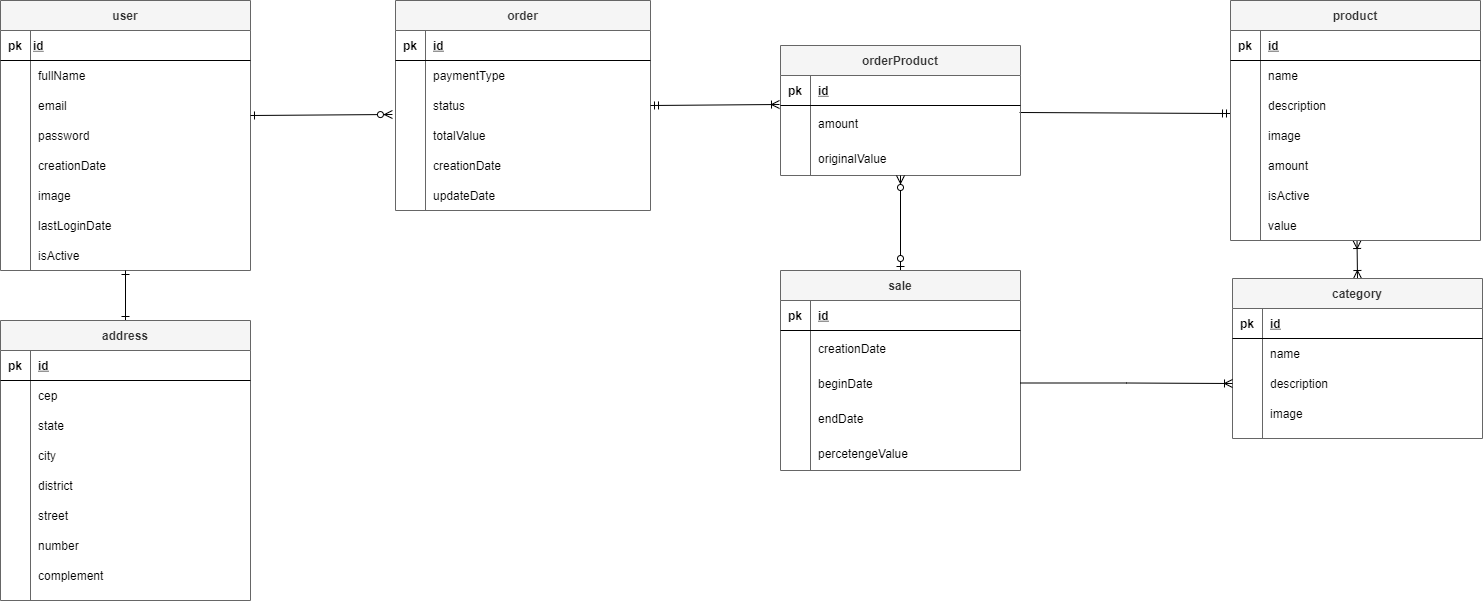
Earlier version of the draw.io export TCC2.png (AdrianaMendes/tcc2-backend). Source tidied: cells renumbered, new cells last; positions are measured from the earlier drawing's top-left corner, leaving out a move shared by most shapes.
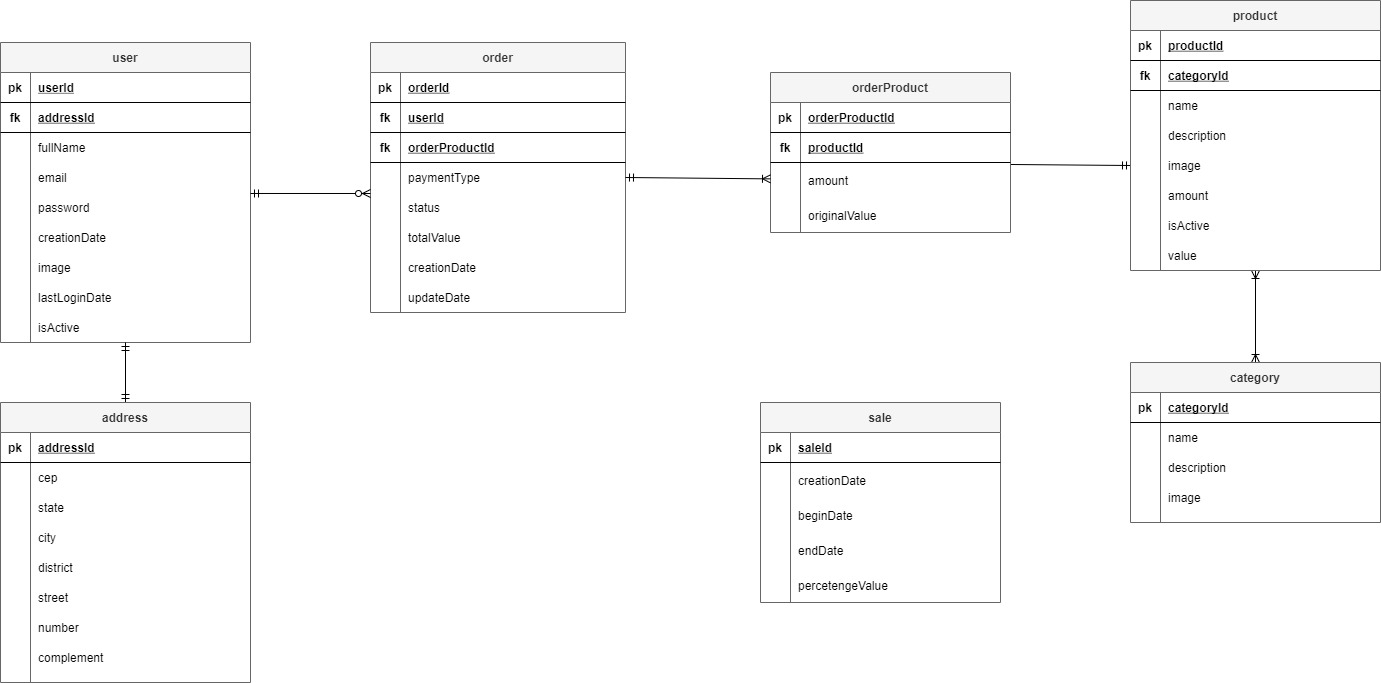
The same diagram one commit later.

Diff of the diagram source:
```diff
@@ -5,11 +5,20 @@
     <mxCell id="2" value="user" style="shape=table;startSize=30;rowLines=0;fontStyle=1;align=center;fillColor=#f5f5f5;strokeColor=#666666;fontColor=#333333;" parent="1" vertex="1">
-      <mxGeometry width="250" height="270" as="geometry" />
+      <mxGeometry width="250" height="300" as="geometry" />
     </mxCell>
+    <mxCell id="141" style="shape=partialRectangle;fillColor=none;top=0;left=0;right=0;bottom=1;" parent="2" vertex="1">
+      <mxGeometry y="30" width="250" height="30" as="geometry" />
+    </mxCell>
+    <mxCell id="142" value="pk" style="shape=partialRectangle;overflow=hidden;fillColor=none;top=0;left=0;bottom=0;right=0;fontStyle=1;" parent="141" vertex="1">
+      <mxGeometry width="30" height="30" as="geometry" />
+    </mxCell>
+    <mxCell id="143" style="shape=partialRectangle;overflow=hidden;fillColor=none;top=0;left=0;bottom=0;right=0;align=left;spacingLeft=6;fontStyle=5;" parent="141" vertex="1">
+      <mxGeometry x="30" width="220" height="30" as="geometry" />
+    </mxCell>
     <mxCell id="3" style="shape=partialRectangle;fillColor=none;top=0;left=0;right=0;bottom=1;" parent="2" vertex="1">
-      <mxGeometry y="30" width="250" height="30" as="geometry" />
+      <mxGeometry y="60" width="250" height="30" as="geometry" />
     </mxCell>
-    <mxCell id="4" value="pk" style="shape=partialRectangle;overflow=hidden;fillColor=none;top=0;left=0;bottom=0;right=0;fontStyle=1;" parent="3" vertex="1">
+    <mxCell id="4" value="fk" style="shape=partialRectangle;overflow=hidden;fillColor=none;top=0;left=0;bottom=0;right=0;fontStyle=1;" parent="3" vertex="1">
       <mxGeometry width="30" height="30" as="geometry" />
     </mxCell>
-    <mxCell id="5" style="shape=partialRectangle;overflow=hidden;fillColor=none;top=0;left=0;bottom=0;right=0;align=left;spacingLeft=6;fontStyle=5;" parent="3" vertex="1">
+    <mxCell id="5" value="addressId" style="shape=partialRectangle;overflow=hidden;fillColor=none;top=0;left=0;bottom=0;right=0;align=left;spacingLeft=6;fontStyle=5;" parent="3" vertex="1">
       <mxGeometry x="30" width="220" height="30" as="geometry" />
@@ -17,3 +26,3 @@
     <mxCell id="6" style="shape=partialRectangle;fillColor=none;top=0;left=0;right=0;bottom=0;" parent="2" vertex="1">
-      <mxGeometry y="60" width="250" height="30" as="geometry" />
+      <mxGeometry y="90" width="250" height="30" as="geometry" />
     </mxCell>
@@ -26,3 +35,3 @@
     <mxCell id="9" style="shape=partialRectangle;fillColor=none;top=0;left=0;right=0;bottom=0;" parent="2" vertex="1">
-      <mxGeometry y="90" width="250" height="30" as="geometry" />
+      <mxGeometry y="120" width="250" height="30" as="geometry" />
     </mxCell>
@@ -35,3 +44,3 @@
     <mxCell id="12" style="shape=partialRectangle;fillColor=none;points=[[0,0.5],[1,0.5]];portConstraint=eastwest;top=0;left=0;right=0;bottom=0;" parent="2" vertex="1">
-      <mxGeometry y="120" width="250" height="30" as="geometry" />
+      <mxGeometry y="150" width="250" height="30" as="geometry" />
     </mxCell>
@@ -44,3 +53,3 @@
     <mxCell id="15" style="shape=partialRectangle;fillColor=none;top=0;left=0;right=0;bottom=0;" parent="2" vertex="1">
-      <mxGeometry y="150" width="250" height="30" as="geometry" />
+      <mxGeometry y="180" width="250" height="30" as="geometry" />
     </mxCell>
@@ -53,3 +62,3 @@
     <mxCell id="18" style="shape=partialRectangle;fillColor=none;top=0;left=0;right=0;bottom=0;" parent="2" vertex="1">
-      <mxGeometry y="180" width="250" height="30" as="geometry" />
+      <mxGeometry y="210" width="250" height="30" as="geometry" />
     </mxCell>
@@ -62,3 +71,3 @@
     <mxCell id="21" style="shape=partialRectangle;fillColor=none;top=0;left=0;right=0;bottom=0;" parent="2" vertex="1">
-      <mxGeometry y="210" width="250" height="30" as="geometry" />
+      <mxGeometry y="240" width="250" height="30" as="geometry" />
     </mxCell>
@@ -71,3 +80,3 @@
     <mxCell id="24" style="shape=partialRectangle;fillColor=none;top=0;left=0;right=0;bottom=0;" parent="2" vertex="1">
-      <mxGeometry y="240" width="250" height="30" as="geometry" />
+      <mxGeometry y="270" width="250" height="30" as="geometry" />
     </mxCell>
@@ -79,3 +88,3 @@
     </mxCell>
-    <mxCell id="27" style="edgeStyle=none;rounded=0;jettySize=auto;html=1;entryX=0.5;entryY=1;entryDx=0;entryDy=0;endArrow=ERone;endFill=0;startArrow=ERone;startFill=0;" parent="1" edge="1" source="28" target="2">
+    <mxCell id="27" style="edgeStyle=none;rounded=0;jettySize=auto;html=1;entryX=0.5;entryY=1;entryDx=0;entryDy=0;endArrow=ERmandOne;endFill=0;startArrow=ERmandOne;startFill=0;" parent="1" edge="1" source="28" target="2">
       <mxGeometry relative="1" as="geometry" />
@@ -83,3 +92,3 @@
     <mxCell id="28" value="address" style="shape=table;startSize=30;rowLines=0;fontStyle=1;align=center;fillColor=#f5f5f5;strokeColor=#666666;fontColor=#333333;" parent="1" vertex="1">
-      <mxGeometry y="320" width="250" height="280" as="geometry" />
+      <mxGeometry y="360" width="250" height="280" as="geometry" />
     </mxCell>
@@ -91,3 +100,3 @@
     </mxCell>
-    <mxCell id="31" value="id" style="shape=partialRectangle;overflow=hidden;fillColor=none;top=0;left=0;bottom=0;right=0;align=left;spacingLeft=6;fontStyle=5;" parent="29" vertex="1">
+    <mxCell id="31" value="addressId" style="shape=partialRectangle;overflow=hidden;fillColor=none;top=0;left=0;bottom=0;right=0;align=left;spacingLeft=6;fontStyle=5;" parent="29" vertex="1">
       <mxGeometry x="30" width="220" height="30" as="geometry" />
@@ -161,3 +170,3 @@
     <mxCell id="54" value="order" style="shape=table;startSize=30;rowLines=0;fontStyle=1;align=center;fillColor=#f5f5f5;strokeColor=#666666;fontColor=#333333;" parent="1" vertex="1">
-      <mxGeometry x="395" width="255" height="210" as="geometry" />
+      <mxGeometry x="370" width="255" height="270" as="geometry" />
     </mxCell>
@@ -169,7 +178,25 @@
     </mxCell>
-    <mxCell id="57" value="id" style="shape=partialRectangle;overflow=hidden;fillColor=none;top=0;left=0;bottom=0;right=0;align=left;spacingLeft=6;fontStyle=5;" parent="55" vertex="1">
+    <mxCell id="57" value="orderId" style="shape=partialRectangle;overflow=hidden;fillColor=none;top=0;left=0;bottom=0;right=0;align=left;spacingLeft=6;fontStyle=5;" parent="55" vertex="1">
       <mxGeometry x="30" width="225" height="30" as="geometry" />
     </mxCell>
+    <mxCell id="144" style="shape=partialRectangle;fillColor=none;top=0;left=0;right=0;bottom=1;" parent="54" vertex="1">
+      <mxGeometry y="60" width="255" height="30" as="geometry" />
+    </mxCell>
+    <mxCell id="145" value="fk" style="shape=partialRectangle;overflow=hidden;fillColor=none;top=0;left=0;bottom=0;right=0;fontStyle=1;" parent="144" vertex="1">
+      <mxGeometry width="30" height="30" as="geometry" />
+    </mxCell>
+    <mxCell id="146" value="userId" style="shape=partialRectangle;overflow=hidden;fillColor=none;top=0;left=0;bottom=0;right=0;align=left;spacingLeft=6;fontStyle=5;" parent="144" vertex="1">
+      <mxGeometry x="30" width="225" height="30" as="geometry" />
+    </mxCell>
+    <mxCell id="147" style="shape=partialRectangle;fillColor=none;top=0;left=0;right=0;bottom=1;" parent="54" vertex="1">
+      <mxGeometry y="90" width="255" height="30" as="geometry" />
+    </mxCell>
+    <mxCell id="148" value="fk" style="shape=partialRectangle;overflow=hidden;fillColor=none;top=0;left=0;bottom=0;right=0;fontStyle=1;" parent="147" vertex="1">
+      <mxGeometry width="30" height="30" as="geometry" />
+    </mxCell>
+    <mxCell id="149" value="orderProductId" style="shape=partialRectangle;overflow=hidden;fillColor=none;top=0;left=0;bottom=0;right=0;align=left;spacingLeft=6;fontStyle=5;" parent="147" vertex="1">
+      <mxGeometry x="30" width="225" height="30" as="geometry" />
+    </mxCell>
     <mxCell id="58" style="shape=partialRectangle;fillColor=none;points=[[0,0.5],[1,0.5]];portConstraint=eastwest;top=0;left=0;right=0;bottom=0;" parent="54" vertex="1">
-      <mxGeometry y="60" width="255" height="30" as="geometry" />
+      <mxGeometry y="120" width="255" height="30" as="geometry" />
     </mxCell>
@@ -182,3 +209,3 @@
     <mxCell id="61" style="shape=partialRectangle;fillColor=none;points=[[0,0.5],[1,0.5]];portConstraint=eastwest;top=0;left=0;right=0;bottom=0;" parent="54" vertex="1">
-      <mxGeometry y="90" width="255" height="30" as="geometry" />
+      <mxGeometry y="150" width="255" height="30" as="geometry" />
     </mxCell>
@@ -191,3 +218,3 @@
     <mxCell id="64" style="shape=partialRectangle;fillColor=none;top=0;left=0;right=0;bottom=0;" parent="54" vertex="1">
-      <mxGeometry y="120" width="255" height="30" as="geometry" />
+      <mxGeometry y="180" width="255" height="30" as="geometry" />
     </mxCell>
@@ -200,3 +227,3 @@
     <mxCell id="67" style="shape=partialRectangle;fillColor=none;top=0;left=0;right=0;bottom=0;" parent="54" vertex="1">
-      <mxGeometry y="150" width="255" height="30" as="geometry" />
+      <mxGeometry y="210" width="255" height="30" as="geometry" />
     </mxCell>
@@ -209,3 +236,3 @@
     <mxCell id="70" style="shape=partialRectangle;fillColor=none;top=0;left=0;right=0;bottom=0;" parent="54" vertex="1">
-      <mxGeometry y="180" width="255" height="30" as="geometry" />
+      <mxGeometry y="240" width="255" height="30" as="geometry" />
     </mxCell>
@@ -217,3 +244,3 @@
     </mxCell>
-    <mxCell id="73" style="edgeStyle=none;rounded=0;jettySize=auto;html=1;startArrow=none;startFill=0;endArrow=ERmandOne;endFill=0;entryX=0;entryY=0.767;entryDx=0;entryDy=0;entryPerimeter=0;exitX=0.996;exitY=0.2;exitDx=0;exitDy=0;exitPerimeter=0;" parent="1" edge="1" source="78" target="92">
+    <mxCell id="73" style="edgeStyle=none;rounded=0;jettySize=auto;html=1;startArrow=none;startFill=0;endArrow=ERmandOne;endFill=0;exitX=1;exitY=0.057;exitDx=0;exitDy=0;exitPerimeter=0;entryX=0;entryY=0.5;entryDx=0;entryDy=0;" parent="1" edge="1" source="78" target="95">
       <mxGeometry relative="1" as="geometry" />
@@ -221,3 +248,3 @@
     <mxCell id="74" value="orderProduct" style="shape=table;startSize=30;rowLines=0;fontStyle=1;align=center;fillColor=#f5f5f5;strokeColor=#666666;fontColor=#333333;" parent="1" vertex="1">
-      <mxGeometry x="780" y="45" width="240" height="130" as="geometry" />
+      <mxGeometry x="770" y="30" width="240" height="160" as="geometry" />
     </mxCell>
@@ -229,7 +256,16 @@
     </mxCell>
-    <mxCell id="77" value="id" style="shape=partialRectangle;overflow=hidden;fillColor=none;top=0;left=0;bottom=0;right=0;align=left;spacingLeft=6;fontStyle=5;" parent="75" vertex="1">
+    <mxCell id="77" value="orderProductId" style="shape=partialRectangle;overflow=hidden;fillColor=none;top=0;left=0;bottom=0;right=0;align=left;spacingLeft=6;fontStyle=5;" parent="75" vertex="1">
       <mxGeometry x="30" width="210" height="30" as="geometry" />
     </mxCell>
+    <mxCell id="150" style="shape=partialRectangle;fillColor=none;top=0;left=0;right=0;bottom=1;" parent="74" vertex="1">
+      <mxGeometry y="60" width="240" height="30" as="geometry" />
+    </mxCell>
+    <mxCell id="151" value="fk" style="shape=partialRectangle;overflow=hidden;fillColor=none;top=0;left=0;bottom=0;right=0;fontStyle=1;" parent="150" vertex="1">
+      <mxGeometry width="30" height="30" as="geometry" />
+    </mxCell>
+    <mxCell id="152" value="productId" style="shape=partialRectangle;overflow=hidden;fillColor=none;top=0;left=0;bottom=0;right=0;align=left;spacingLeft=6;fontStyle=5;" parent="150" vertex="1">
+      <mxGeometry x="30" width="210" height="30" as="geometry" />
+    </mxCell>
     <mxCell id="78" style="shape=partialRectangle;fillColor=none;points=[[0,0.5],[1,0.5]];portConstraint=eastwest;top=0;left=0;right=0;bottom=0;" parent="74" vertex="1">
-      <mxGeometry y="60" width="240" height="35" as="geometry" />
+      <mxGeometry y="90" width="240" height="35" as="geometry" />
     </mxCell>
@@ -242,3 +278,3 @@
     <mxCell id="81" style="shape=partialRectangle;fillColor=none;top=0;left=0;right=0;bottom=0;" parent="74" vertex="1">
-      <mxGeometry y="95" width="240" height="35" as="geometry" />
+      <mxGeometry y="125" width="240" height="35" as="geometry" />
     </mxCell>
@@ -254,3 +290,3 @@
     <mxCell id="85" value="product" style="shape=table;startSize=30;rowLines=0;fontStyle=1;align=center;fillColor=#f5f5f5;strokeColor=#666666;fontColor=#333333;" parent="1" vertex="1">
-      <mxGeometry x="1230" width="250" height="240" as="geometry" />
+      <mxGeometry x="1130" y="-42" width="250" height="270" as="geometry" />
     </mxCell>
@@ -262,7 +298,16 @@
     </mxCell>
-    <mxCell id="88" value="id" style="shape=partialRectangle;overflow=hidden;fillColor=none;top=0;left=0;bottom=0;right=0;align=left;spacingLeft=6;fontStyle=5;" parent="86" vertex="1">
+    <mxCell id="88" value="productId" style="shape=partialRectangle;overflow=hidden;fillColor=none;top=0;left=0;bottom=0;right=0;align=left;spacingLeft=6;fontStyle=5;" parent="86" vertex="1">
       <mxGeometry x="30" width="220" height="30" as="geometry" />
     </mxCell>
+    <mxCell id="153" style="shape=partialRectangle;fillColor=none;top=0;left=0;right=0;bottom=1;" parent="85" vertex="1">
+      <mxGeometry y="60" width="250" height="30" as="geometry" />
+    </mxCell>
+    <mxCell id="154" value="fk" style="shape=partialRectangle;overflow=hidden;fillColor=none;top=0;left=0;bottom=0;right=0;fontStyle=1;" parent="153" vertex="1">
+      <mxGeometry width="30" height="30" as="geometry" />
+    </mxCell>
+    <mxCell id="155" value="categoryId" style="shape=partialRectangle;overflow=hidden;fillColor=none;top=0;left=0;bottom=0;right=0;align=left;spacingLeft=6;fontStyle=5;" parent="153" vertex="1">
+      <mxGeometry x="30" width="220" height="30" as="geometry" />
+    </mxCell>
     <mxCell id="89" style="shape=partialRectangle;fillColor=none;top=0;left=0;right=0;bottom=0;" parent="85" vertex="1">
-      <mxGeometry y="60" width="250" height="30" as="geometry" />
+      <mxGeometry y="90" width="250" height="30" as="geometry" />
     </mxCell>
@@ -275,3 +320,3 @@
     <mxCell id="92" style="shape=partialRectangle;fillColor=none;points=[[0,0.5],[1,0.5]];portConstraint=eastwest;top=0;left=0;right=0;bottom=0;" parent="85" vertex="1">
-      <mxGeometry y="90" width="250" height="30" as="geometry" />
+      <mxGeometry y="120" width="250" height="30" as="geometry" />
     </mxCell>
@@ -284,3 +329,3 @@
     <mxCell id="95" style="shape=partialRectangle;fillColor=none;points=[[0,0.5],[1,0.5]];portConstraint=eastwest;top=0;left=0;right=0;bottom=0;" parent="85" vertex="1">
-      <mxGeometry y="120" width="250" height="30" as="geometry" />
+      <mxGeometry y="150" width="250" height="30" as="geometry" />
     </mxCell>
@@ -293,3 +338,3 @@
     <mxCell id="98" style="shape=partialRectangle;fillColor=none;top=0;left=0;right=0;bottom=0;" parent="85" vertex="1">
-      <mxGeometry y="150" width="250" height="30" as="geometry" />
+      <mxGeometry y="180" width="250" height="30" as="geometry" />
     </mxCell>
@@ -302,3 +347,3 @@
     <mxCell id="101" style="shape=partialRectangle;fillColor=none;top=0;left=0;right=0;bottom=0;" parent="85" vertex="1">
-      <mxGeometry y="180" width="250" height="30" as="geometry" />
+      <mxGeometry y="210" width="250" height="30" as="geometry" />
     </mxCell>
@@ -311,3 +356,3 @@
     <mxCell id="104" style="shape=partialRectangle;fillColor=none;top=0;left=0;right=0;bottom=0;" parent="85" vertex="1">
-      <mxGeometry y="210" width="250" height="30" as="geometry" />
+      <mxGeometry y="240" width="250" height="30" as="geometry" />
     </mxCell>
@@ -319,9 +364,7 @@
     </mxCell>
-    <mxCell id="107" style="edgeStyle=none;rounded=0;jettySize=auto;html=1;startArrow=ERmandOne;startFill=0;endArrow=ERoneToMany;endFill=0;exitX=1;exitY=0.5;exitDx=0;exitDy=0;" parent="1" edge="1" source="61">
-      <mxGeometry relative="1" as="geometry">
-        <mxPoint x="779" y="104" as="targetPoint" />
-      </mxGeometry>
+    <mxCell id="107" style="edgeStyle=none;rounded=0;jettySize=auto;html=1;startArrow=ERmandOne;startFill=0;endArrow=ERoneToMany;endFill=0;exitX=1;exitY=0.5;exitDx=0;exitDy=0;" parent="1" edge="1" source="58" target="78">
+      <mxGeometry relative="1" as="geometry" />
     </mxCell>
     <mxCell id="108" value="category" style="shape=table;startSize=30;rowLines=0;fontStyle=1;align=center;fillColor=#f5f5f5;strokeColor=#666666;fontColor=#333333;" parent="1" vertex="1">
-      <mxGeometry x="1232" y="278" width="250" height="160" as="geometry" />
+      <mxGeometry x="1130" y="320" width="250" height="160" as="geometry" />
     </mxCell>
@@ -333,3 +376,3 @@
     </mxCell>
-    <mxCell id="111" value="id" style="shape=partialRectangle;overflow=hidden;fillColor=none;top=0;left=0;bottom=0;right=0;align=left;spacingLeft=6;fontStyle=5;" parent="109" vertex="1">
+    <mxCell id="111" value="categoryId" style="shape=partialRectangle;overflow=hidden;fillColor=none;top=0;left=0;bottom=0;right=0;align=left;spacingLeft=6;fontStyle=5;" parent="109" vertex="1">
       <mxGeometry x="30" width="220" height="30" as="geometry" />
@@ -363,15 +406,12 @@
     </mxCell>
-    <mxCell id="121" value="id" style="shape=partialRectangle;overflow=hidden;fillColor=none;top=0;left=0;bottom=0;right=0;align=left;spacingLeft=6;fontStyle=5;" parent="1" vertex="1">
-      <mxGeometry x="25" y="30" width="225" height="30" as="geometry" />
+    <mxCell id="121" value="userId" style="shape=partialRectangle;overflow=hidden;fillColor=none;top=0;left=0;bottom=0;right=0;align=left;spacingLeft=6;fontStyle=5;" parent="1" vertex="1">
+      <mxGeometry x="30" y="30" width="220" height="30" as="geometry" />
     </mxCell>
-    <mxCell id="122" style="edgeStyle=none;rounded=0;jettySize=auto;html=1;startArrow=ERone;startFill=0;endArrow=ERzeroToMany;endFill=1;exitX=1;exitY=0.5;exitDx=0;exitDy=0;entryX=-0.012;entryY=0.8;entryDx=0;entryDy=0;entryPerimeter=0;" parent="1" edge="1" target="61">
+    <mxCell id="122" style="edgeStyle=none;rounded=0;jettySize=auto;html=1;startArrow=ERmandOne;startFill=0;endArrow=ERzeroToMany;endFill=1;exitX=1;exitY=0.033;exitDx=0;exitDy=0;exitPerimeter=0;" parent="1" edge="1" source="12">
       <mxGeometry relative="1" as="geometry">
-        <mxPoint x="250" y="115" as="sourcePoint" />
+        <mxPoint x="370" y="151" as="targetPoint" />
       </mxGeometry>
     </mxCell>
-    <mxCell id="123" style="edgeStyle=orthogonalEdgeStyle;rounded=0;jettySize=auto;html=1;entryX=0.5;entryY=1;entryDx=0;entryDy=0;startArrow=ERzeroToOne;startFill=1;endArrow=ERzeroToMany;endFill=1;" parent="1" edge="1" source="124" target="74">
-      <mxGeometry relative="1" as="geometry" />
-    </mxCell>
     <mxCell id="124" value="sale" style="shape=table;startSize=30;rowLines=0;fontStyle=1;align=center;fillColor=#f5f5f5;strokeColor=#666666;fontColor=#333333;" parent="1" vertex="1">
-      <mxGeometry x="780" y="270" width="240" height="200" as="geometry" />
+      <mxGeometry x="760" y="360" width="240" height="200" as="geometry" />
     </mxCell>
@@ -383,3 +423,3 @@
     </mxCell>
-    <mxCell id="127" value="id" style="shape=partialRectangle;overflow=hidden;fillColor=none;top=0;left=0;bottom=0;right=0;align=left;spacingLeft=6;fontStyle=5;" parent="125" vertex="1">
+    <mxCell id="127" value="saleId" style="shape=partialRectangle;overflow=hidden;fillColor=none;top=0;left=0;bottom=0;right=0;align=left;spacingLeft=6;fontStyle=5;" parent="125" vertex="1">
       <mxGeometry x="30" width="210" height="30" as="geometry" />
@@ -422,5 +462,2 @@
     </mxCell>
-    <mxCell id="140" style="edgeStyle=orthogonalEdgeStyle;rounded=0;jettySize=auto;html=1;startArrow=none;startFill=0;endArrow=ERoneToMany;endFill=0;" parent="1" edge="1" source="131" target="115">
-      <mxGeometry relative="1" as="geometry" />
-    </mxCell>
   </root>
```
